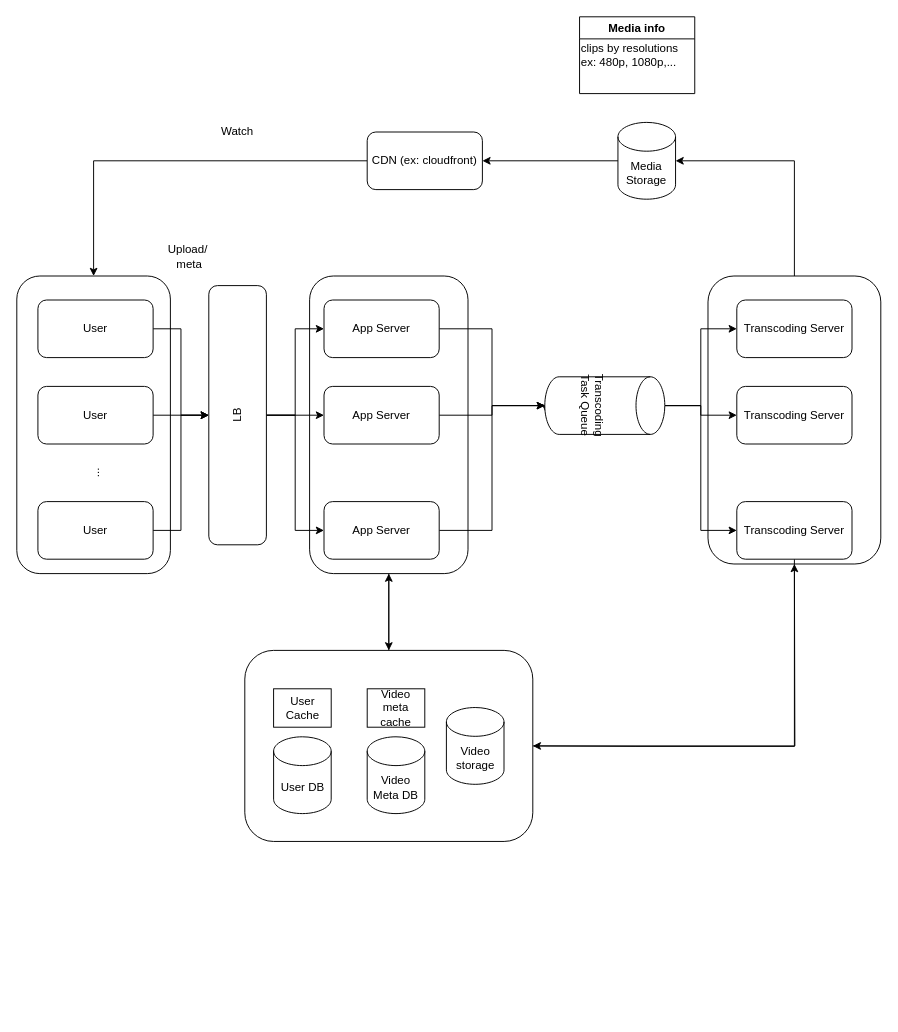
whmou/component-archs keeps this draw.io diagram as drawios/Design ubereats.drawio. Above is the earlier version. Source tidied: cells renumbered, new cells numbered last; positions are measured from the earlier drawing's top-left corner, leaving out a move shared by most shapes. Both pictures are drawn from the tidied source at 96%, with x=0, y=0 at pixel (16, 16).
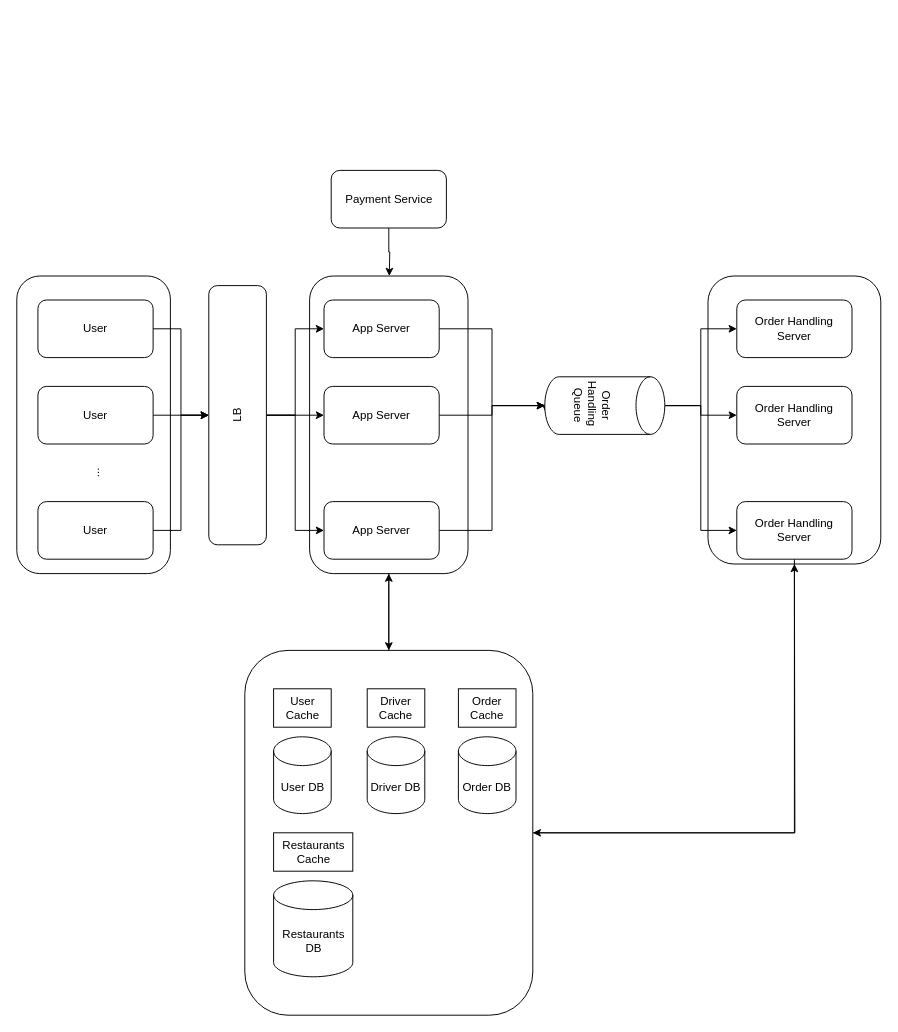
The same diagram, later.

Unchanged cells that the change refers to:
```xml
<mxCell id="2" style="rounded=1;whiteSpace=wrap;html=1;" parent="1" vertex="1">
  <mxGeometry y="270" width="160" height="310" as="geometry" />
</mxCell>
<mxCell id="4" style="rounded=1;whiteSpace=wrap;html=1;" parent="1" vertex="1">
  <mxGeometry x="720" y="270" width="180" height="300" as="geometry" />
</mxCell>
```

The edit, as a diff of the source:
```diff
@@
-    <mxCell id="3" style="edgeStyle=orthogonalEdgeStyle;rounded=0;jettySize=auto;html=1;entryX=1;entryY=0.5;entryDx=0;entryDy=0;entryPerimeter=0;" parent="1" edge="1" source="4" target="43">
-      <mxGeometry relative="1" as="geometry">
-        <Array as="points">
-          <mxPoint x="810" y="150" />
-        </Array>
-      </mxGeometry>
-    </mxCell>
@@
     <mxCell id="9" style="rounded=1;whiteSpace=wrap;html=1;" parent="1" vertex="1">
-      <mxGeometry x="237.5" y="660" width="300" height="199" as="geometry" />
+      <mxGeometry x="237.5" y="660" width="300" height="380" as="geometry" />
     </mxCell>
@@
-    <mxCell id="21" value="Upload/&amp;nbsp;&lt;br&gt;meta" style="text;html=1;strokeColor=none;fillColor=none;align=center;verticalAlign=middle;whiteSpace=wrap;rounded=0;" parent="1" vertex="1">
-      <mxGeometry x="160" y="240" width="40" height="20" as="geometry" />
-    </mxCell>
@@
-    <mxCell id="31" value="Transcoding Task Queue" style="shape=cylinder3;whiteSpace=wrap;html=1;boundedLbl=1;backgroundOutline=1;size=15;rotation=90;" parent="1" vertex="1">
+    <mxCell id="31" value="Order Handling&amp;nbsp; Queue" style="shape=cylinder3;whiteSpace=wrap;html=1;boundedLbl=1;backgroundOutline=1;size=15;rotation=90;" parent="1" vertex="1">
       <mxGeometry x="582.5" y="342.5" width="60" height="125" as="geometry" />
     </mxCell>
@@
-    <mxCell id="34" value="Video meta cache" style="rounded=0;whiteSpace=wrap;html=1;" parent="1" vertex="1">
-      <mxGeometry x="365" y="700" width="60" height="40" as="geometry" />
+    <mxCell id="34" value="Order Cache" style="rounded=0;whiteSpace=wrap;html=1;" parent="1" vertex="1">
+      <mxGeometry x="460" y="700" width="60" height="40" as="geometry" />
     </mxCell>
-    <mxCell id="35" value="Video Meta DB" style="shape=cylinder3;whiteSpace=wrap;html=1;boundedLbl=1;backgroundOutline=1;size=15;" parent="1" vertex="1">
-      <mxGeometry x="365" y="750" width="60" height="80" as="geometry" />
+    <mxCell id="35" value="Order DB" style="shape=cylinder3;whiteSpace=wrap;html=1;boundedLbl=1;backgroundOutline=1;size=15;" parent="1" vertex="1">
+      <mxGeometry x="460" y="750" width="60" height="80" as="geometry" />
     </mxCell>
-    <mxCell id="36" value="Transcoding Server" style="rounded=1;whiteSpace=wrap;html=1;" parent="1" vertex="1">
+    <mxCell id="36" value="Order Handling Server" style="rounded=1;whiteSpace=wrap;html=1;" parent="1" vertex="1">
       <mxGeometry x="750" y="295" width="120" height="60" as="geometry" />
     </mxCell>
-    <mxCell id="37" value="Transcoding Server" style="rounded=1;whiteSpace=wrap;html=1;" parent="1" vertex="1">
+    <mxCell id="37" value="Order Handling Server" style="rounded=1;whiteSpace=wrap;html=1;" parent="1" vertex="1">
       <mxGeometry x="750" y="385" width="120" height="60" as="geometry" />
     </mxCell>
     <mxCell id="38" style="edgeStyle=orthogonalEdgeStyle;rounded=0;jettySize=auto;html=1;entryX=1;entryY=0.5;entryDx=0;entryDy=0;" parent="1" edge="1" source="39" target="9">
       <mxGeometry relative="1" as="geometry">
         <Array as="points">
-          <mxPoint x="810" y="760" />
-          <mxPoint x="644" y="760" />
+          <mxPoint x="810" y="850" />
         </Array>
       </mxGeometry>
     </mxCell>
-    <mxCell id="39" value="Transcoding Server" style="rounded=1;whiteSpace=wrap;html=1;" parent="1" vertex="1">
+    <mxCell id="39" value="Order Handling Server" style="rounded=1;whiteSpace=wrap;html=1;" parent="1" vertex="1">
       <mxGeometry x="750" y="505" width="120" height="60" as="geometry" />
     </mxCell>
-    <mxCell id="40" style="edgeStyle=orthogonalEdgeStyle;rounded=0;jettySize=auto;html=1;entryX=0.5;entryY=0;entryDx=0;entryDy=0;" parent="1" edge="1" source="41" target="2">
-      <mxGeometry relative="1" as="geometry" />
-    </mxCell>
-    <mxCell id="41" value="CDN (ex: cloudfront)" style="whiteSpace=wrap;html=1;rounded=1;" parent="1" vertex="1">
-      <mxGeometry x="365" y="120" width="120" height="60" as="geometry" />
-    </mxCell>
-    <mxCell id="42" style="edgeStyle=orthogonalEdgeStyle;rounded=0;jettySize=auto;html=1;entryX=1;entryY=0.5;entryDx=0;entryDy=0;" parent="1" edge="1" source="43" target="41">
-      <mxGeometry relative="1" as="geometry" />
-    </mxCell>
-    <mxCell id="43" value="Media Storage" style="shape=cylinder3;whiteSpace=wrap;html=1;boundedLbl=1;backgroundOutline=1;size=15;" parent="1" vertex="1">
-      <mxGeometry x="626.2" y="110" width="60" height="80" as="geometry" />
-    </mxCell>
-    <mxCell id="44" value="Media info" style="swimlane;" parent="1" vertex="1">
-      <mxGeometry x="586.2" width="120" height="80" as="geometry" />
-    </mxCell>
-    <mxCell id="45" value="clips by resolutions&lt;br&gt;ex: 480p, 1080p,..." style="text;html=1;align=left;verticalAlign=middle;strokeColor=none;" parent="44" vertex="1">
-      <mxGeometry y="25" width="120" height="30" as="geometry" />
-    </mxCell>
-    <mxCell id="46" value="Watch" style="text;html=1;strokeColor=none;fillColor=none;align=center;verticalAlign=middle;whiteSpace=wrap;rounded=0;" parent="1" vertex="1">
-      <mxGeometry x="210" y="110" width="40" height="20" as="geometry" />
-    </mxCell>
-    <mxCell id="47" value="Video storage" style="shape=cylinder3;whiteSpace=wrap;html=1;boundedLbl=1;backgroundOutline=1;size=15;" parent="1" vertex="1">
-      <mxGeometry x="447.5" y="719.5" width="60" height="80" as="geometry" />
-    </mxCell>
+    <mxCell id="48" value="Driver Cache" style="rounded=0;whiteSpace=wrap;html=1;" parent="1" vertex="1">
+      <mxGeometry x="365" y="700" width="60" height="40" as="geometry" />
+    </mxCell>
+    <mxCell id="49" value="Driver DB" style="shape=cylinder3;whiteSpace=wrap;html=1;boundedLbl=1;backgroundOutline=1;size=15;" parent="1" vertex="1">
+      <mxGeometry x="365" y="750" width="60" height="80" as="geometry" />
+    </mxCell>
+    <mxCell id="50" value="Restaurants DB" style="shape=cylinder3;whiteSpace=wrap;html=1;boundedLbl=1;backgroundOutline=1;size=15;" parent="1" vertex="1">
+      <mxGeometry x="267.5" y="900" width="82.5" height="100" as="geometry" />
+    </mxCell>
+    <mxCell id="51" value="Restaurants Cache" style="rounded=0;whiteSpace=wrap;html=1;" parent="1" vertex="1">
+      <mxGeometry x="267.5" y="850" width="82.5" height="40" as="geometry" />
+    </mxCell>
+    <mxCell id="52" style="edgeStyle=orthogonalEdgeStyle;rounded=0;jettySize=auto;html=1;" parent="1" edge="1" source="53">
+      <mxGeometry relative="1" as="geometry">
+        <mxPoint x="388" y="270" as="targetPoint" />
+      </mxGeometry>
+    </mxCell>
+    <mxCell id="53" value="Payment Service" style="rounded=1;whiteSpace=wrap;html=1;" parent="1" vertex="1">
+      <mxGeometry x="327.5" y="160" width="120" height="60" as="geometry" />
+    </mxCell>
```
